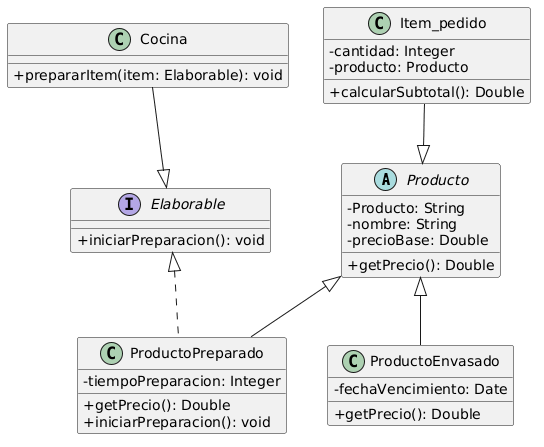
This is diagramas/01-diagrama-clases/01-solid-03-lsp.png from eloeyhe/SistemaPedidos, a PlantUML export, as it was before one commit.
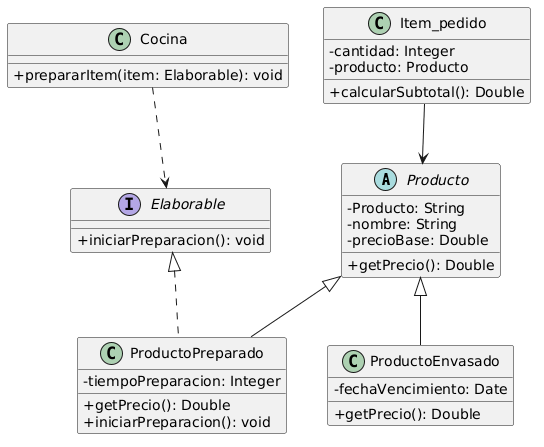
Later version of the same file.

What changed in the source:
```diff
@@ -33,6 +33,6 @@
     + prepararItem(item: Elaborable): void
 }
 
-Item_pedido --|> Producto
-Cocina --|> Elaborable
+Item_pedido --> Producto
+Cocina ..> Elaborable
 @enduml
```
